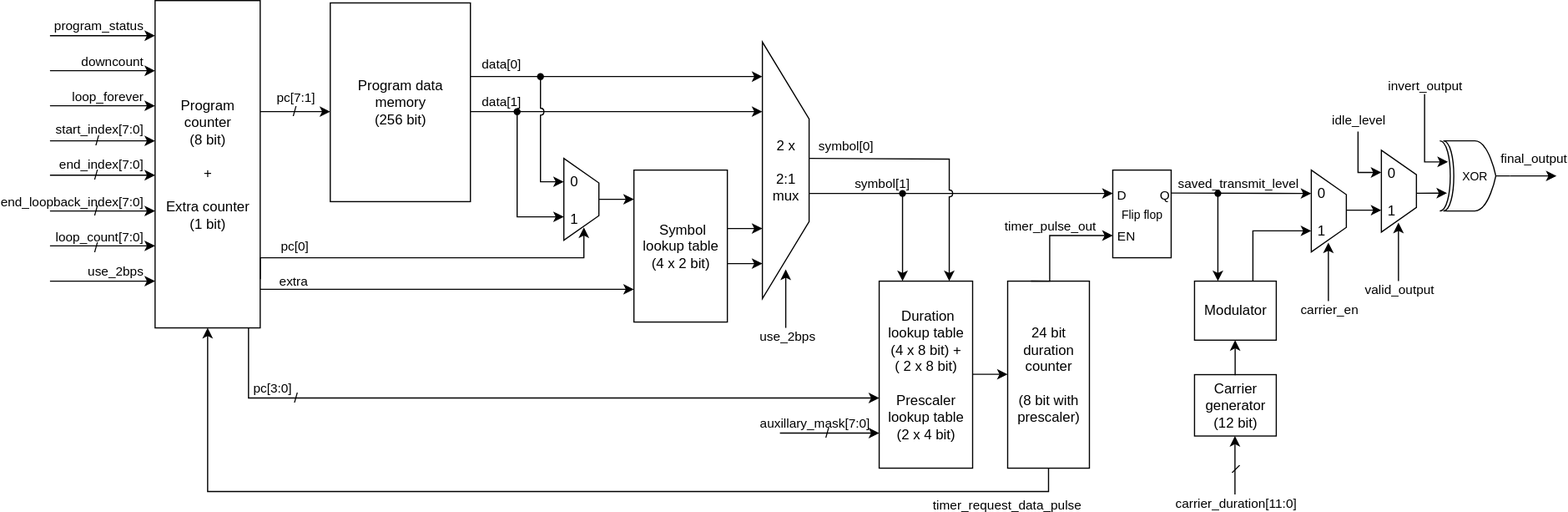
Above: docs/tinyQV-pulse-transmitter-architecture.drawio.svg in HX2003/tinyqv-pulse-transmitter (draw.io), before the change. Source tidied: cells renumbered, new cells last; positions are measured from the earlier drawing's top-left corner, leaving out a move shared by most shapes.
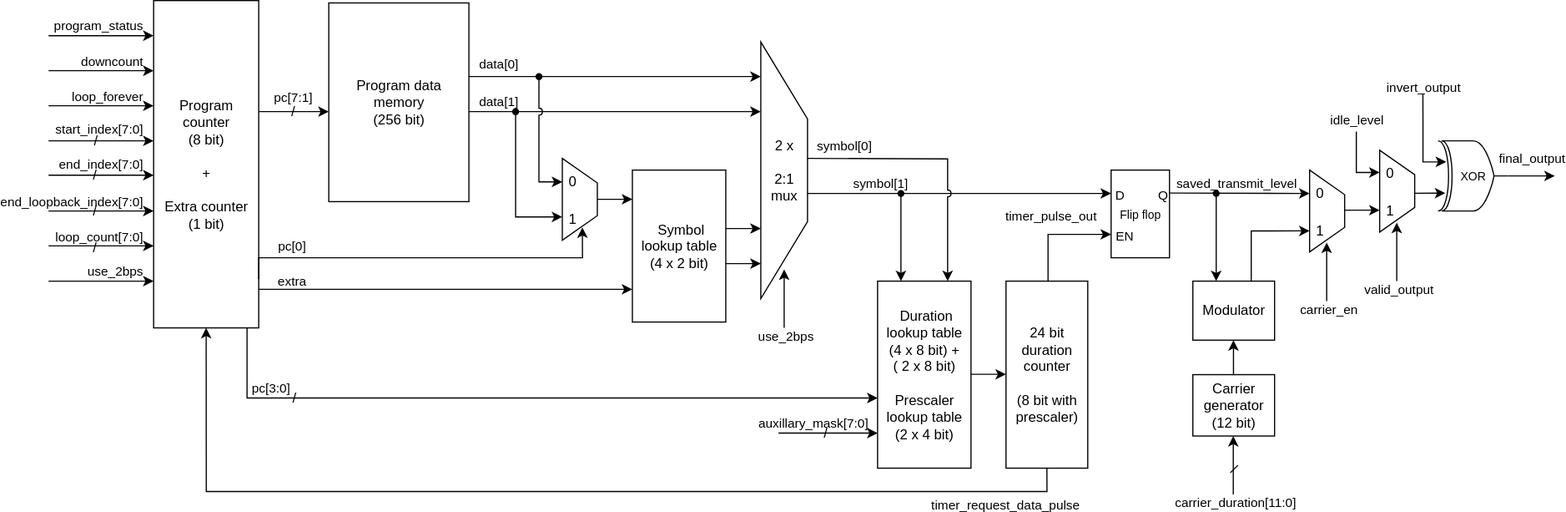
The same diagram one commit later.

The edit, as a diff of the source:
```diff
@@ -313,13 +313,13 @@
         <mxPoint x="458" y="11" as="offset" />
       </mxGeometry>
     </mxCell>
-    <mxCell id="63" style="edgeStyle=orthogonalEdgeStyle;rounded=0;orthogonalLoop=1;jettySize=auto;html=1;exitX=1;exitY=0.75;exitDx=0;exitDy=0;jumpStyle=arc;" parent="1" edge="1">
+    <mxCell id="63" style="edgeStyle=orthogonalEdgeStyle;rounded=0;orthogonalLoop=1;jettySize=auto;html=1;jumpStyle=arc;" parent="1" edge="1">
       <mxGeometry relative="1" as="geometry">
-        <mxPoint x="840" y="240" as="sourcePoint" />
-        <mxPoint x="910" y="201" as="targetPoint" />
+        <mxPoint x="856" y="240" as="sourcePoint" />
+        <mxPoint x="910" y="200" as="targetPoint" />
         <Array as="points">
-          <mxPoint x="856" y="240" />
-          <mxPoint x="856" y="201" />
+          <mxPoint x="856" y="239" />
+          <mxPoint x="856" y="200" />
         </Array>
       </mxGeometry>
     </mxCell>
```
